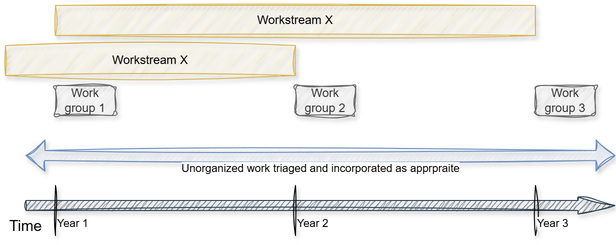
Earlier version of the draw.io export handbook/images/about/timeline.drawio.png (UN-Task-Team-for-Scanner-Data/cpi-new-data-sources-handbook). Source tidied: cells renumbered, new cells last; positions are measured from the earlier drawing's top-left corner, leaving out a move shared by most shapes.
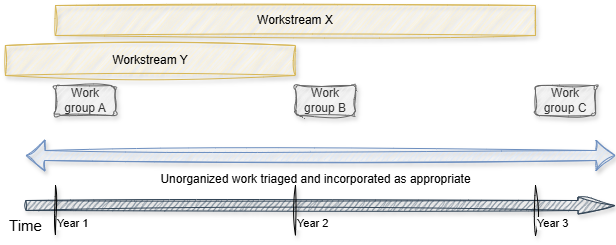
The same diagram one commit later.

Commit message:
modify timeline diagram

The edit, as a diff of the source:
```diff
@@ -29,20 +29,20 @@
     <mxCell id="6" value="Workstream X" style="rounded=0;whiteSpace=wrap;html=1;sketch=1;curveFitting=1;jiggle=2;fillColor=#fff2cc;strokeColor=#d6b656;shadow=1;" parent="1" vertex="1">
       <mxGeometry x="50" width="480" height="30" as="geometry" />
     </mxCell>
-    <mxCell id="7" value="Work group 2" style="rounded=1;whiteSpace=wrap;html=1;roundedPerimeter=1;sketch=1;curveFitting=1;jiggle=2;fillColor=#f5f5f5;fontColor=#333333;strokeColor=#666666;shadow=1;" parent="1" vertex="1">
+    <mxCell id="7" value="Work group B" style="rounded=1;whiteSpace=wrap;html=1;roundedPerimeter=1;sketch=1;curveFitting=1;jiggle=2;fillColor=#f5f5f5;fontColor=#333333;strokeColor=#666666;shadow=1;" parent="1" vertex="1">
       <mxGeometry x="290" y="80" width="60" height="30" as="geometry" />
     </mxCell>
-    <mxCell id="8" value="Work group 1" style="rounded=1;whiteSpace=wrap;html=1;roundedPerimeter=1;sketch=1;curveFitting=1;jiggle=2;fillColor=#f5f5f5;fontColor=#333333;strokeColor=#666666;shadow=1;" parent="1" vertex="1">
+    <mxCell id="8" value="Work group A" style="rounded=1;whiteSpace=wrap;html=1;roundedPerimeter=1;sketch=1;curveFitting=1;jiggle=2;fillColor=#f5f5f5;fontColor=#333333;strokeColor=#666666;shadow=1;" parent="1" vertex="1">
       <mxGeometry x="50" y="80" width="60" height="30" as="geometry" />
     </mxCell>
-    <mxCell id="9" value="Work group 3" style="rounded=1;whiteSpace=wrap;html=1;roundedPerimeter=1;sketch=1;curveFitting=1;jiggle=2;fillColor=#f5f5f5;strokeColor=#666666;fontColor=#333333;shadow=1;" parent="1" vertex="1">
+    <mxCell id="9" value="Work group C" style="rounded=1;whiteSpace=wrap;html=1;roundedPerimeter=1;sketch=1;curveFitting=1;jiggle=2;fillColor=#f5f5f5;strokeColor=#666666;fontColor=#333333;shadow=1;" parent="1" vertex="1">
       <mxGeometry x="530" y="80" width="60" height="30" as="geometry" />
     </mxCell>
-    <mxCell id="10" value="Workstream X" style="rounded=0;whiteSpace=wrap;html=1;sketch=1;curveFitting=1;jiggle=2;fillColor=#fff2cc;strokeColor=#d6b656;shadow=1;" parent="1" vertex="1">
+    <mxCell id="10" value="Workstream Y" style="rounded=0;whiteSpace=wrap;html=1;sketch=1;curveFitting=1;jiggle=2;fillColor=#fff2cc;strokeColor=#d6b656;shadow=1;" parent="1" vertex="1">
       <mxGeometry y="40" width="290" height="30" as="geometry" />
     </mxCell>
-    <mxCell id="11" value="Unorganized work triaged and incorporated as apprpraite" style="shape=flexArrow;endArrow=classic;startArrow=classic;html=1;rounded=1;defaultLabelBackgroundColor=page;fillColor=#dae8fc;strokeColor=#6c8ebf;sketch=1;curveFitting=1;jiggle=2;shadow=1;labelPosition=center;verticalLabelPosition=bottom;align=center;verticalAlign=top;" parent="1" edge="1">
-      <mxGeometry relative="1" as="geometry">
+    <mxCell id="11" value="&lt;font style=&quot;font-size: 12px;&quot;&gt;Unorganized work triaged and incorporated as appropriate&lt;/font&gt;" style="shape=flexArrow;endArrow=classic;startArrow=classic;html=1;rounded=1;defaultLabelBackgroundColor=page;fillColor=#dae8fc;strokeColor=#6c8ebf;sketch=1;curveFitting=1;jiggle=2;shadow=1;labelPosition=center;verticalLabelPosition=bottom;align=center;verticalAlign=top;" parent="1" edge="1">
+      <mxGeometry x="-0.02" y="-10" relative="1" as="geometry">
         <mxPoint x="20" y="150" as="sourcePoint" />
         <mxPoint x="610" y="150" as="targetPoint" />
       </mxGeometry>
```
